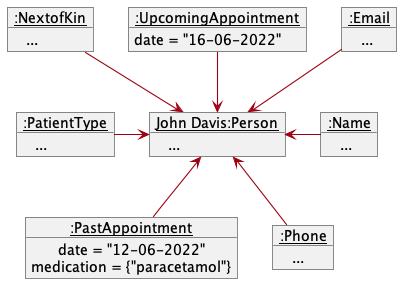
nus-cs2103-AY2223S1/tp keeps this PlantUML diagram as docs/images/AppointmentObjectDiagramWithBothAppt.png. Above is the earlier version. Its diagram source:
```plantuml
@startuml
!include style.puml
skinparam arrowThickness 1.1
skinparam arrowColor MODEL_COLOR
skinparam classBackgroundColor MODEL_COLOR
skinparam classAttributeIconSize 0
show members

object "<u>John Davis:Person" as John

object "<u>:Name" as Name
object "<u>:NextofKin" as NextofKin
object "<u>:PatientType" as PatientType
object "<u>:PastAppointment" as PastAppointment
object "<u>:Phone" as Phone
object "<u>:UpcomingAppointment" as UpcomingAppointment
object "<u>:Email" as Email

John : ...
Name : ...
Email : ...
NextofKin : ...
PatientType : ...
Phone : ...

PastAppointment : date = "12-06-2022"
PastAppointment : medication = {"paracetamol"}

UpcomingAppointment : date = "16-06-2022"

Name -left-> John
Phone -up-> John
NextofKin -down-> John
PatientType -right-> John
Email -down-> John
PastAppointment -up-> John
UpcomingAppointment -down-> John
@enduml
```
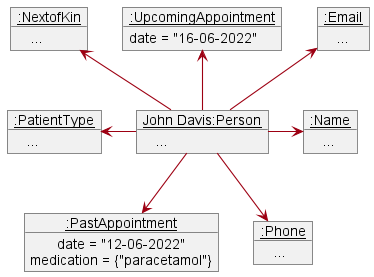
Later version of the same file.

Change to the diagram source:
```diff
@@ -28,11 +28,11 @@
 
 UpcomingAppointment : date = "16-06-2022"
 
-Name -left-> John
-Phone -up-> John
-NextofKin -down-> John
-PatientType -right-> John
-Email -down-> John
-PastAppointment -up-> John
-UpcomingAppointment -down-> John
+Name <-left- John
+Phone <-up- John
+NextofKin <-down- John
+PatientType <-right- John
+Email <-down- John
+PastAppointment <-up- John
+UpcomingAppointment <-down- John
 @enduml
```
